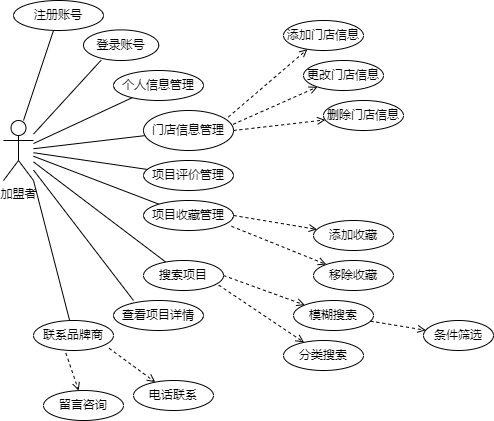
Above: diagrams/test.png in Chenyang-1024/DiagramsFromDrawIO (draw.io), before the change. Source tidied: cells renumbered, new cells last; positions are measured from the earlier drawing's top-left corner, leaving out a move shared by most shapes.
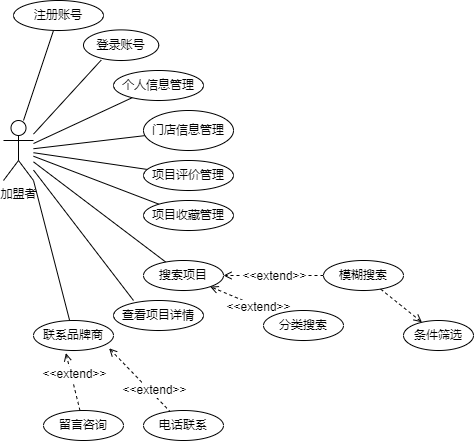
The same diagram one commit later.

The edit, as a diff of the source:
```diff
@@ -31,24 +31,6 @@
     <mxCell id="10" value="门店信息管理" style="ellipse;whiteSpace=wrap;html=1;" parent="1" vertex="1">
       <mxGeometry x="140" y="110" width="90" height="40" as="geometry" />
     </mxCell>
-    <mxCell id="11" style="endArrow=open;dashed=1;html=1;rounded=0;exitX=0.942;exitY=0.165;exitDx=0;exitDy=0;exitPerimeter=0;endFill=0;" parent="1" edge="1" source="10" target="12">
-      <mxGeometry relative="1" as="geometry" />
-    </mxCell>
-    <mxCell id="12" value="添加门店信息" style="ellipse;whiteSpace=wrap;html=1;" parent="1" vertex="1">
-      <mxGeometry x="280" y="20" width="80" height="30" as="geometry" />
-    </mxCell>
-    <mxCell id="13" style="endArrow=open;dashed=1;html=1;rounded=0;exitX=0.996;exitY=0.345;exitDx=0;exitDy=0;exitPerimeter=0;endFill=0;" parent="1" edge="1" source="10" target="14">
-      <mxGeometry relative="1" as="geometry" />
-    </mxCell>
-    <mxCell id="14" value="更改门店信息" style="ellipse;whiteSpace=wrap;html=1;" parent="1" vertex="1">
-      <mxGeometry x="300" y="60" width="80" height="30" as="geometry" />
-    </mxCell>
-    <mxCell id="15" style="endArrow=open;dashed=1;html=1;rounded=0;exitX=1;exitY=0.5;exitDx=0;exitDy=0;endFill=0;" parent="1" edge="1" source="10" target="16">
-      <mxGeometry relative="1" as="geometry" />
-    </mxCell>
-    <mxCell id="16" value="删除门店信息" style="ellipse;whiteSpace=wrap;html=1;" parent="1" vertex="1">
-      <mxGeometry x="320" y="100" width="80" height="30" as="geometry" />
-    </mxCell>
     <mxCell id="17" style="endArrow=none;html=1;rounded=0;" parent="1" edge="1" source="2" target="18">
       <mxGeometry relative="1" as="geometry" />
     </mxCell>
@@ -61,35 +43,31 @@
     <mxCell id="20" value="项目收藏管理" style="ellipse;whiteSpace=wrap;html=1;" parent="1" vertex="1">
       <mxGeometry x="140" y="200" width="90" height="30" as="geometry" />
     </mxCell>
-    <mxCell id="21" style="endArrow=open;dashed=1;html=1;rounded=0;exitX=1;exitY=0.5;exitDx=0;exitDy=0;endFill=0;" parent="1" edge="1" source="20" target="22">
-      <mxGeometry relative="1" as="geometry" />
-    </mxCell>
-    <mxCell id="22" value="添加收藏" style="ellipse;whiteSpace=wrap;html=1;" parent="1" vertex="1">
-      <mxGeometry x="310" y="220" width="80" height="30" as="geometry" />
-    </mxCell>
-    <mxCell id="23" style="endArrow=open;dashed=1;html=1;rounded=0;exitX=0.978;exitY=0.86;exitDx=0;exitDy=0;exitPerimeter=0;endFill=0;" parent="1" edge="1" source="20" target="24">
-      <mxGeometry relative="1" as="geometry" />
-    </mxCell>
-    <mxCell id="24" value="移除收藏" style="ellipse;whiteSpace=wrap;html=1;" parent="1" vertex="1">
-      <mxGeometry x="310" y="260" width="80" height="30" as="geometry" />
-    </mxCell>
     <mxCell id="25" style="endArrow=none;html=1;rounded=0;" parent="1" edge="1" source="2" target="26">
       <mxGeometry relative="1" as="geometry" />
     </mxCell>
     <mxCell id="26" value="搜索项目" style="ellipse;whiteSpace=wrap;html=1;" parent="1" vertex="1">
       <mxGeometry x="140" y="260" width="80" height="30" as="geometry" />
     </mxCell>
-    <mxCell id="27" style="endArrow=open;dashed=1;html=1;rounded=0;exitX=1;exitY=0.5;exitDx=0;exitDy=0;endFill=0;" parent="1" edge="1" source="26" target="28">
+    <mxCell id="27" style="endArrow=open;dashed=1;html=1;rounded=0;endFill=0;entryX=1;entryY=0.5;entryDx=0;entryDy=0;" parent="1" edge="1" source="28" target="26">
       <mxGeometry relative="1" as="geometry" />
     </mxCell>
+    <mxCell id="41" value="&amp;lt;&amp;lt;extend&amp;gt;&amp;gt;" style="edgeLabel;html=1;align=center;verticalAlign=middle;" parent="27" vertex="1">
+      <mxGeometry x="0.32" y="-4" relative="1" as="geometry">
+        <mxPoint x="16" y="4" as="offset" />
+      </mxGeometry>
+    </mxCell>
     <mxCell id="28" value="模糊搜索" style="ellipse;whiteSpace=wrap;html=1;" parent="1" vertex="1">
-      <mxGeometry x="290" y="300" width="80" height="30" as="geometry" />
+      <mxGeometry x="320" y="260" width="80" height="30" as="geometry" />
     </mxCell>
-    <mxCell id="29" style="endArrow=open;dashed=1;html=1;rounded=0;exitX=0.94;exitY=0.82;exitDx=0;exitDy=0;exitPerimeter=0;endFill=0;" parent="1" edge="1" source="26" target="30">
+    <mxCell id="29" style="endArrow=open;dashed=1;html=1;rounded=0;endFill=0;" parent="1" edge="1" source="30" target="26">
       <mxGeometry relative="1" as="geometry" />
     </mxCell>
+    <mxCell id="42" value="&amp;lt;&amp;lt;extend&amp;gt;&amp;gt;" style="edgeLabel;html=1;align=center;verticalAlign=middle;" parent="29" vertex="1">
+      <mxGeometry x="-0.43" relative="1" as="geometry" />
+    </mxCell>
     <mxCell id="30" value="分类搜索" style="ellipse;whiteSpace=wrap;html=1;" parent="1" vertex="1">
-      <mxGeometry x="280" y="340" width="80" height="30" as="geometry" />
+      <mxGeometry x="260" y="310" width="80" height="30" as="geometry" />
     </mxCell>
     <mxCell id="31" style="endArrow=none;html=1;rounded=0;" parent="1" edge="1" target="2">
       <mxGeometry relative="1" as="geometry">
@@ -105,23 +83,31 @@
     <mxCell id="34" value="联系品牌商" style="ellipse;whiteSpace=wrap;html=1;" parent="1" vertex="1">
       <mxGeometry x="30" y="320" width="80" height="30" as="geometry" />
     </mxCell>
-    <mxCell id="35" style="endArrow=open;dashed=1;html=1;rounded=0;exitX=0.945;exitY=0.927;exitDx=0;exitDy=0;exitPerimeter=0;endFill=0;" parent="1" edge="1" source="34" target="36">
+    <mxCell id="35" style="endArrow=none;dashed=1;html=1;rounded=0;exitX=0.945;exitY=0.927;exitDx=0;exitDy=0;exitPerimeter=0;endFill=0;startArrow=open;startFill=0;" parent="1" edge="1" source="34" target="36">
       <mxGeometry relative="1" as="geometry" />
     </mxCell>
+    <mxCell id="43" value="&amp;lt;&amp;lt;extend&amp;gt;&amp;gt;" style="edgeLabel;html=1;align=center;verticalAlign=middle;" parent="35" vertex="1">
+      <mxGeometry x="0.48" y="-2" relative="1" as="geometry">
+        <mxPoint x="1" y="-6" as="offset" />
+      </mxGeometry>
+    </mxCell>
     <mxCell id="36" value="电话联系" style="ellipse;whiteSpace=wrap;html=1;" parent="1" vertex="1">
-      <mxGeometry x="130" y="380" width="80" height="30" as="geometry" />
+      <mxGeometry x="140" y="410" width="80" height="30" as="geometry" />
     </mxCell>
-    <mxCell id="37" style="endArrow=open;dashed=1;html=1;rounded=0;exitX=0.405;exitY=1.087;exitDx=0;exitDy=0;exitPerimeter=0;endFill=0;" parent="1" edge="1" source="34" target="38">
+    <mxCell id="37" style="endArrow=none;dashed=1;html=1;rounded=0;exitX=0.405;exitY=1.087;exitDx=0;exitDy=0;exitPerimeter=0;endFill=0;startArrow=open;startFill=0;" parent="1" edge="1" source="34" target="38">
       <mxGeometry relative="1" as="geometry" />
     </mxCell>
+    <mxCell id="44" value="&amp;lt;&amp;lt;extend&amp;gt;&amp;gt;" style="edgeLabel;html=1;align=center;verticalAlign=middle;" parent="37" vertex="1">
+      <mxGeometry x="-0.26" y="3" relative="1" as="geometry" />
+    </mxCell>
     <mxCell id="38" value="留言咨询" style="ellipse;whiteSpace=wrap;html=1;" parent="1" vertex="1">
-      <mxGeometry x="40" y="390" width="80" height="30" as="geometry" />
+      <mxGeometry x="40" y="410" width="80" height="30" as="geometry" />
     </mxCell>
     <mxCell id="39" style="endArrow=open;dashed=1;html=1;rounded=0;endFill=0;" parent="1" edge="1" source="28" target="40">
       <mxGeometry relative="1" as="geometry" />
     </mxCell>
     <mxCell id="40" value="条件筛选" style="ellipse;whiteSpace=wrap;html=1;" parent="1" vertex="1">
-      <mxGeometry x="420" y="320" width="70" height="30" as="geometry" />
+      <mxGeometry x="400" y="320" width="70" height="30" as="geometry" />
     </mxCell>
   </root>
 </mxGraphModel>
```
